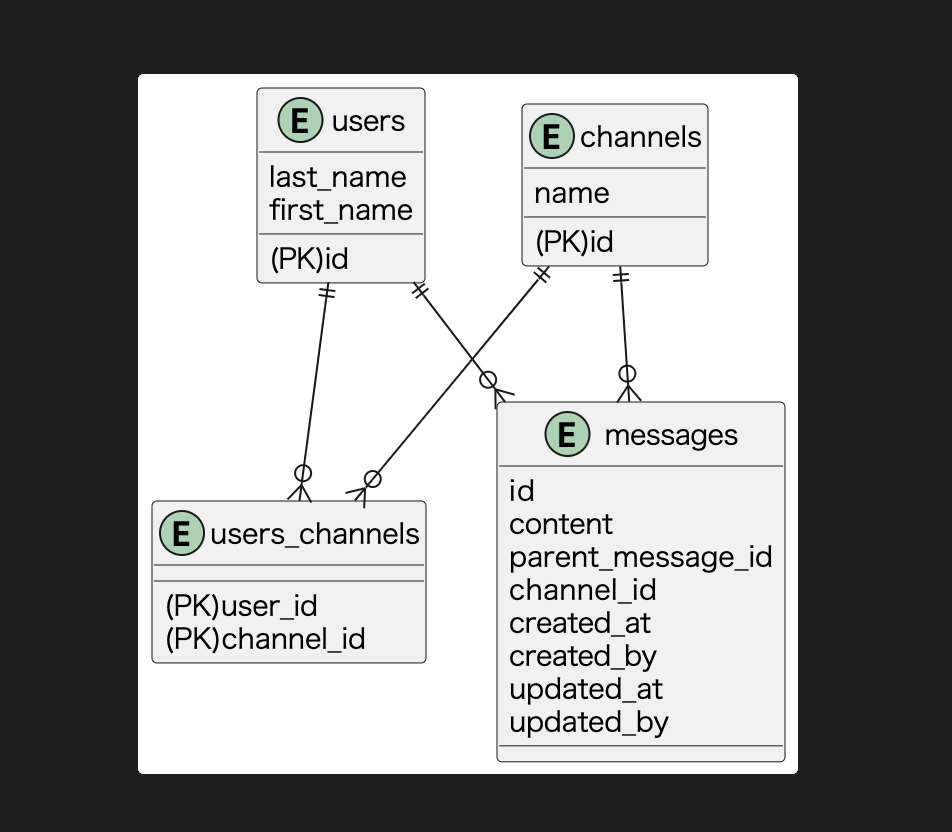
The PlantUML diagram db-modeling-2/works/erd.png in nyuusen/praha-challenge, before a commit. Its source is kept beside it as db-modeling-2/works/erd.pu. Source of this version:
```plantuml
@startuml
!include tables.pu
users ||-d-o{ users_channels
channels ||-d-o{ users_channels
users ||-d-o{ messages
channels ||-d-o{ messages
@enduml
```
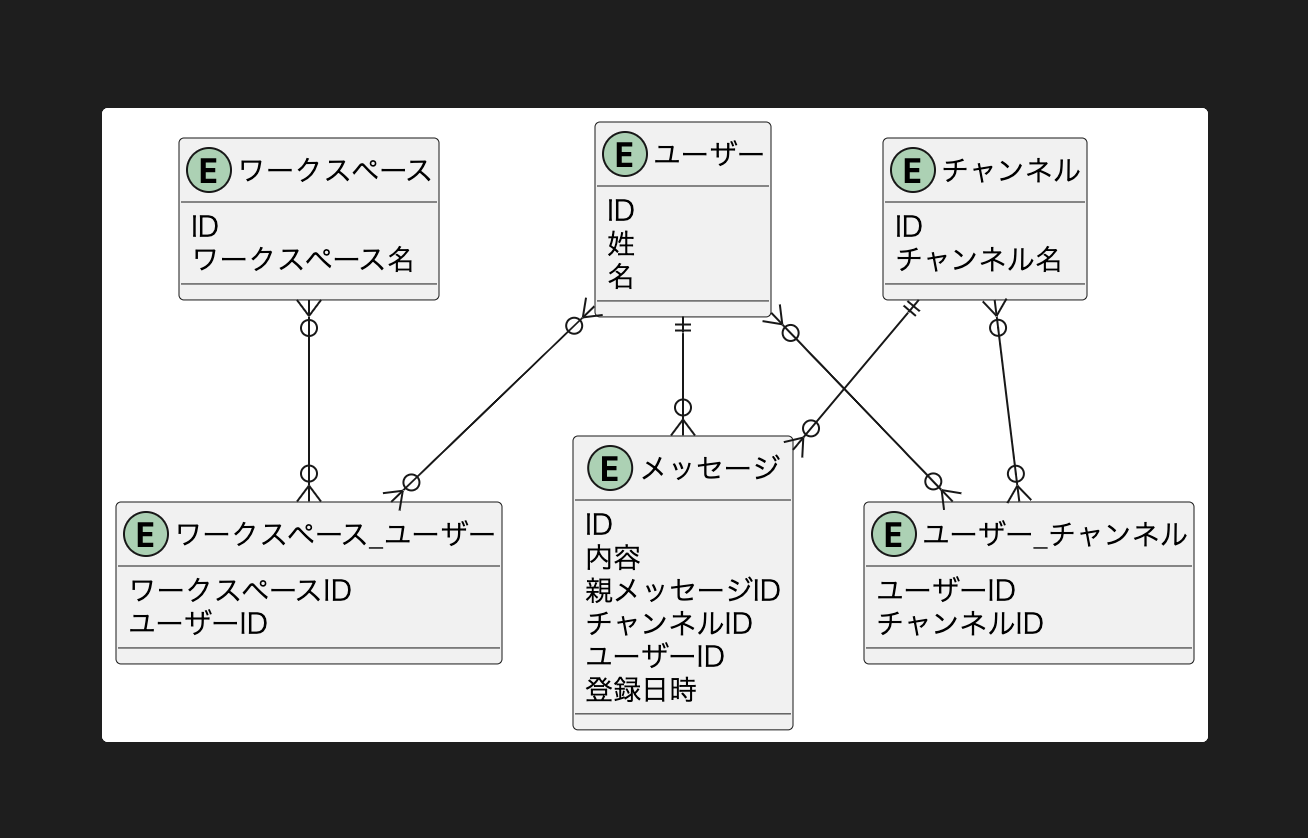
The same file after the commit.

The edit, as a diff of the source:
```diff
@@ -1,7 +1,9 @@
 @startuml
 !include tables.pu
-users ||-d-o{ users_channels
-channels ||-d-o{ users_channels
-users ||-d-o{ messages
-channels ||-d-o{ messages
+ワークスペース }o-d-o{ ワークスペース_ユーザー
+ユーザー }o-d-o{ ワークスペース_ユーザー
+ユーザー }o-d-o{ ユーザー_チャンネル
+チャンネル }o-d-o{ ユーザー_チャンネル
+ユーザー ||-d-o{ メッセージ
+チャンネル ||-d-o{ メッセージ
 @enduml
```
